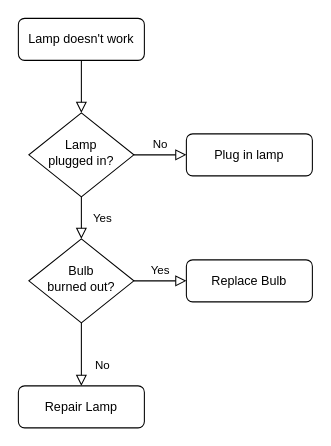
This is 未命名绘图.drawio from zhanggugugu/zhanggugugu, a draw.io file, before an edit. Source tidied: cells renumbered, new cells numbered last; positions are measured from the earlier drawing's top-left corner, leaving out a move shared by most shapes. Both pictures are drawn from the tidied source at 105%, with x=0, y=0 at pixel (18, 18).
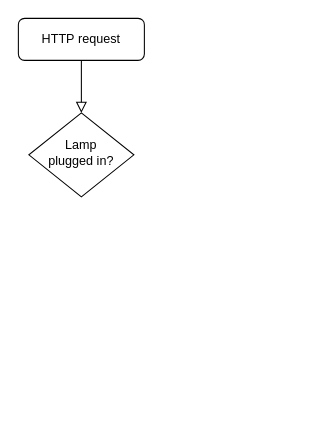
Above is the later version.

The edit, as a diff of the source:
```diff
@@
 <mxGraphModel>
   <root>
     <mxCell id="0" />
     <mxCell id="1" parent="0" />
     <mxCell id="2" style="rounded=0;html=1;jettySize=auto;fontSize=11;endArrow=block;endFill=0;endSize=8;strokeWidth=1;shadow=0;labelBackgroundColor=none;edgeStyle=orthogonalEdgeStyle;" parent="1" edge="1" source="3" target="6">
       <mxGeometry relative="1" as="geometry" />
     </mxCell>
-    <mxCell id="3" value="Lamp doesn't work" style="rounded=1;whiteSpace=wrap;html=1;fontSize=12;glass=0;strokeWidth=1;shadow=0;" parent="1" vertex="1">
+    <mxCell id="3" value="HTTP&amp;nbsp;request" style="rounded=1;whiteSpace=wrap;html=1;fontSize=12;glass=0;strokeWidth=1;shadow=0;" parent="1" vertex="1">
       <mxGeometry width="120" height="40" as="geometry" />
     </mxCell>
-    <mxCell id="4" value="Yes" style="rounded=0;html=1;jettySize=auto;fontSize=11;endArrow=block;endFill=0;endSize=8;strokeWidth=1;shadow=0;labelBackgroundColor=none;edgeStyle=orthogonalEdgeStyle;" parent="1" edge="1" source="6" target="10">
-      <mxGeometry y="20" relative="1" as="geometry" />
-    </mxCell>
-    <mxCell id="5" value="No" style="edgeStyle=orthogonalEdgeStyle;rounded=0;html=1;jettySize=auto;fontSize=11;endArrow=block;endFill=0;endSize=8;strokeWidth=1;shadow=0;labelBackgroundColor=none;" parent="1" edge="1" source="6" target="7">
-      <mxGeometry y="10" relative="1" as="geometry" />
-    </mxCell>
     <mxCell id="6" value="Lamp&lt;br&gt;plugged in?" style="rhombus;whiteSpace=wrap;html=1;shadow=0;fontFamily=Helvetica;fontSize=12;align=center;strokeWidth=1;spacing=6;spacingTop=-4;" parent="1" vertex="1">
       <mxGeometry x="10" y="90" width="100" height="80" as="geometry" />
     </mxCell>
-    <mxCell id="7" value="Plug in lamp" style="rounded=1;whiteSpace=wrap;html=1;fontSize=12;glass=0;strokeWidth=1;shadow=0;" parent="1" vertex="1">
-      <mxGeometry x="160" y="110" width="120" height="40" as="geometry" />
-    </mxCell>
-    <mxCell id="8" value="No" style="rounded=0;html=1;jettySize=auto;fontSize=11;endArrow=block;endFill=0;endSize=8;strokeWidth=1;shadow=0;labelBackgroundColor=none;edgeStyle=orthogonalEdgeStyle;" parent="1" edge="1" source="10" target="11">
-      <mxGeometry x="0.33" y="20" relative="1" as="geometry" />
-    </mxCell>
-    <mxCell id="9" value="Yes" style="edgeStyle=orthogonalEdgeStyle;rounded=0;html=1;jettySize=auto;fontSize=11;endArrow=block;endFill=0;endSize=8;strokeWidth=1;shadow=0;labelBackgroundColor=none;" parent="1" edge="1" source="10" target="12">
-      <mxGeometry y="10" relative="1" as="geometry" />
-    </mxCell>
-    <mxCell id="10" value="Bulb&lt;br&gt;burned out?" style="rhombus;whiteSpace=wrap;html=1;shadow=0;fontFamily=Helvetica;fontSize=12;align=center;strokeWidth=1;spacing=6;spacingTop=-4;" parent="1" vertex="1">
-      <mxGeometry x="10" y="210" width="100" height="80" as="geometry" />
-    </mxCell>
-    <mxCell id="11" value="Repair Lamp" style="rounded=1;whiteSpace=wrap;html=1;fontSize=12;glass=0;strokeWidth=1;shadow=0;" parent="1" vertex="1">
-      <mxGeometry y="350" width="120" height="40" as="geometry" />
-    </mxCell>
-    <mxCell id="12" value="Replace Bulb" style="rounded=1;whiteSpace=wrap;html=1;fontSize=12;glass=0;strokeWidth=1;shadow=0;" parent="1" vertex="1">
-      <mxGeometry x="160" y="230" width="120" height="40" as="geometry" />
-    </mxCell>
   </root>
 </mxGraphModel>
```
